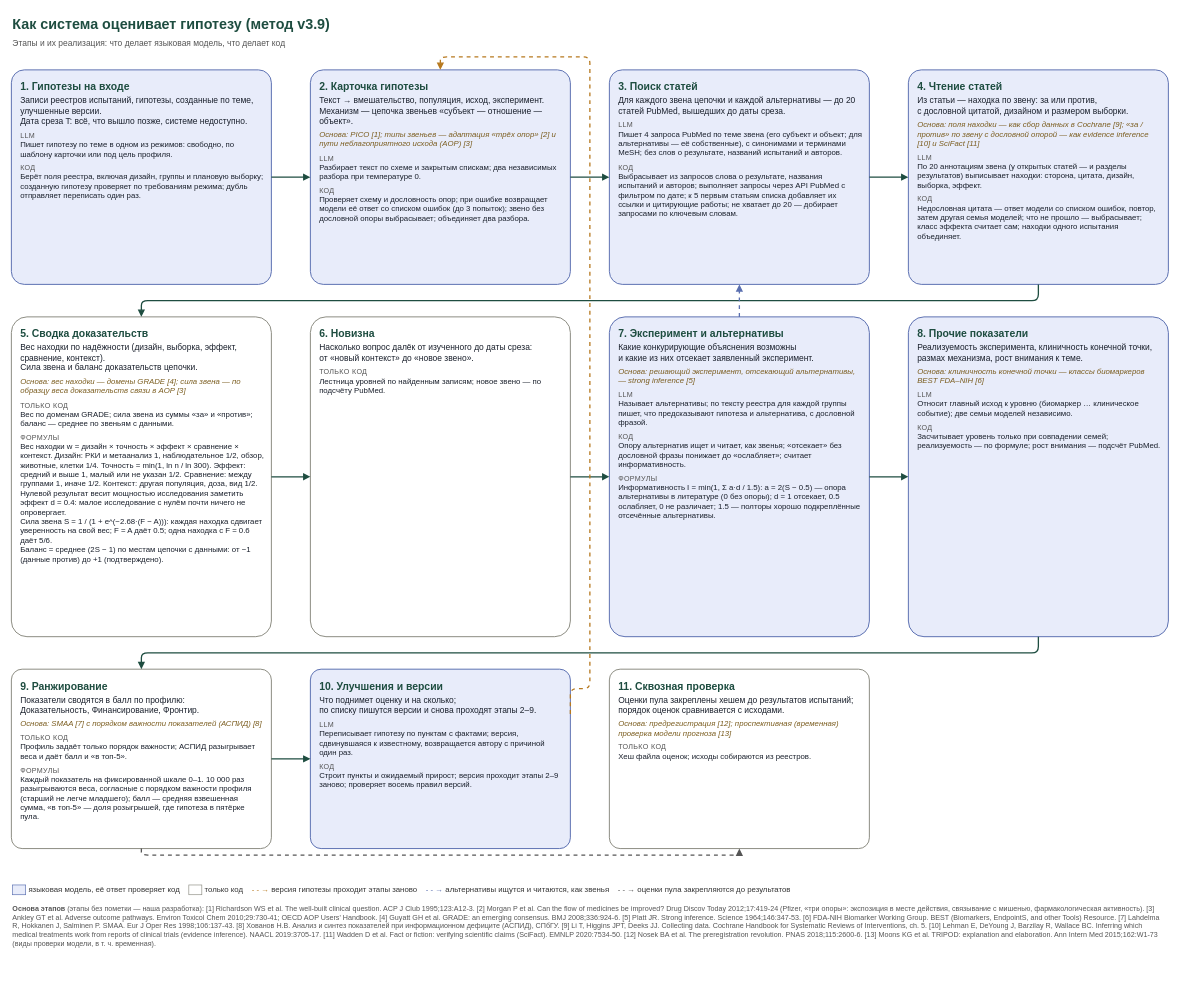
This is docs/system/flow_impl.drawio from danrd/hyp-arena, a draw.io file, before an edit. Source tidied: cells renumbered, new cells numbered last; positions are measured from the earlier drawing's top-left corner, leaving out a move shared by most shapes. Both pictures are drawn from the tidied source at 65%, with x=0, y=0 at pixel (11, 11).
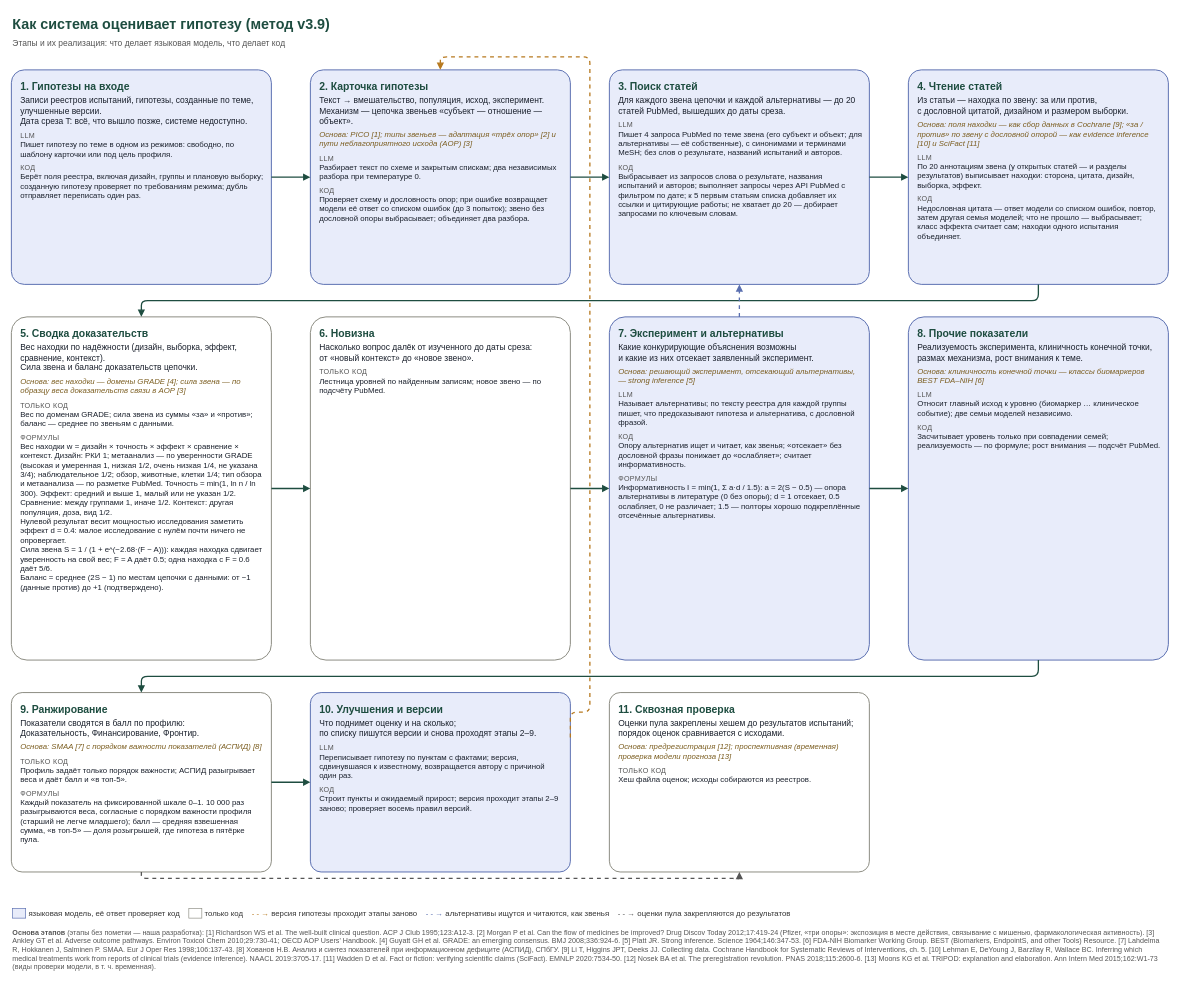
The same diagram, later.

The change refers to these unchanged cells:
```xml
<mxCell id="4" value="&lt;div style='font-size:16px;color:#1E4D40'&gt;&lt;b&gt;2. Карточка гипотезы&lt;/b&gt;&lt;/div&gt;&lt;div style='margin-top:4px'&gt;Текст → вмешательство, популяция, исход, эксперимент.&lt;br/&gt;Механизм — цепочка звеньев «субъект — отношение — объект».&lt;/div&gt;&lt;div style='margin-top:6px;font-size:12px;color:#7A5C1E'&gt;&lt;i&gt;Основа: PICO [1]; типы звеньев — адаптация «трёх опор» [2] и пути неблагоприятного исхода (AOP) [3]&lt;/i&gt;&lt;/div&gt;&lt;div style='margin-top:8px;font-size:11px;color:#555;text-transform:uppercase;letter-spacing:0.5px'&gt;LLM&lt;/div&gt;&lt;div style='font-size:12px'&gt;&lt;div&gt;Разбирает текст по схеме и закрытым спискам; два независимых разбора при температуре 0.&lt;/div&gt;&lt;/div&gt;&lt;div style='margin-top:8px;font-size:11px;color:#555;text-transform:uppercase;letter-spacing:0.5px'&gt;Код&lt;/div&gt;&lt;div style='font-size:12px'&gt;&lt;div&gt;Проверяет схему и дословность опор; при ошибке возвращает модели её ответ со списком ошибок (до 3 попыток); звено без дословной опоры выбрасывает; объединяет два разбора.&lt;/div&gt;&lt;/div&gt;" style="rounded=1;arcSize=6;whiteSpace=wrap;html=1;fillColor=#E8ECFA;strokeColor=#5A6FB0;strokeWidth=1.5;fontSize=13;fontColor=#1A202C;align=left;verticalAlign=top;spacingLeft=12;spacingRight=10;spacingTop=10;" parent="1" vertex="1">
  <mxGeometry x="460" y="90" width="400" height="330" as="geometry" />
</mxCell>
```

Diff of the diagram source:
```diff
@@
-    <mxCell id="7" value="&lt;div style='font-size:16px;color:#1E4D40'&gt;&lt;b&gt;5. Сводка доказательств&lt;/b&gt;&lt;/div&gt;&lt;div style='margin-top:4px'&gt;Вес находки по надёжности (дизайн, выборка, эффект, сравнение, контекст).&lt;br/&gt;Сила звена и баланс доказательств цепочки.&lt;/div&gt;&lt;div style='margin-top:6px;font-size:12px;color:#7A5C1E'&gt;&lt;i&gt;Основа: вес находки — домены GRADE [4]; сила звена — по образцу веса доказательств связи в AOP [3]&lt;/i&gt;&lt;/div&gt;&lt;div style='margin-top:8px;font-size:11px;color:#555;text-transform:uppercase;letter-spacing:0.5px'&gt;Только код&lt;/div&gt;&lt;div style='font-size:12px'&gt;&lt;div&gt;Вес по доменам GRADE; сила звена из суммы «за» и «против»; баланс — среднее по звеньям с данными.&lt;/div&gt;&lt;/div&gt;&lt;div style='margin-top:8px;font-size:11px;color:#555;text-transform:uppercase;letter-spacing:0.5px'&gt;Формулы&lt;/div&gt;&lt;div style='font-size:12px'&gt;&lt;div&gt;Вес находки w = дизайн × точность × эффект × сравнение × контекст. Дизайн: РКИ и метаанализ 1, наблюдательное 1/2, обзор, животные, клетки 1/4. Точность = min(1, ln n / ln 300). Эффект: средний и выше 1, малый или не указан 1/2. Сравнение: между группами 1, иначе 1/2. Контекст: другая популяция, доза, вид 1/2.&lt;/div&gt;&lt;div&gt;Нулевой результат весит мощностью исследования заметить эффект d = 0.4: малое исследование с нулём почти ничего не опровергает.&lt;/div&gt;&lt;div&gt;Сила звена S = 1 / (1 + e^(−2.68·(F − A))): каждая находка сдвигает уверенность на свой вес; F = A даёт 0.5; одна находка с F = 0.6 даёт 5/6.&lt;/div&gt;&lt;div&gt;Баланс = среднее (2S − 1) по местам цепочки с данными: от −1 (данные против) до +1 (подтверждено).&lt;/div&gt;&lt;/div&gt;" style="rounded=1;arcSize=6;whiteSpace=wrap;html=1;fillColor=#FFFFFF;strokeColor=#8A8A80;strokeWidth=1.5;fontSize=13;fontColor=#1A202C;align=left;verticalAlign=top;spacingLeft=12;spacingRight=10;spacingTop=10;" parent="1" vertex="1">
-      <mxGeometry y="470" width="400" height="492" as="geometry" />
+    <mxCell id="7" value="&lt;div style='font-size:16px;color:#1E4D40'&gt;&lt;b&gt;5. Сводка доказательств&lt;/b&gt;&lt;/div&gt;&lt;div style='margin-top:4px'&gt;Вес находки по надёжности (дизайн, выборка, эффект, сравнение, контекст).&lt;br/&gt;Сила звена и баланс доказательств цепочки.&lt;/div&gt;&lt;div style='margin-top:6px;font-size:12px;color:#7A5C1E'&gt;&lt;i&gt;Основа: вес находки — домены GRADE [4]; сила звена — по образцу веса доказательств связи в AOP [3]&lt;/i&gt;&lt;/div&gt;&lt;div style='margin-top:8px;font-size:11px;color:#555;text-transform:uppercase;letter-spacing:0.5px'&gt;Только код&lt;/div&gt;&lt;div style='font-size:12px'&gt;&lt;div&gt;Вес по доменам GRADE; сила звена из суммы «за» и «против»; баланс — среднее по звеньям с данными.&lt;/div&gt;&lt;/div&gt;&lt;div style='margin-top:8px;font-size:11px;color:#555;text-transform:uppercase;letter-spacing:0.5px'&gt;Формулы&lt;/div&gt;&lt;div style='font-size:12px'&gt;&lt;div&gt;Вес находки w = дизайн × точность × эффект × сравнение × контекст. Дизайн: РКИ 1; метаанализ — по уверенности GRADE (высокая и умеренная 1, низкая 1/2, очень низкая 1/4, не указана 3/4); наблюдательное 1/2; обзор, животные, клетки 1/4; тип обзора и метаанализа — по разметке PubMed. Точность = min(1, ln n / ln 300). Эффект: средний и выше 1, малый или не указан 1/2. Сравнение: между группами 1, иначе 1/2. Контекст: другая популяция, доза, вид 1/2.&lt;/div&gt;&lt;div&gt;Нулевой результат весит мощностью исследования заметить эффект d = 0.4: малое исследование с нулём почти ничего не опровергает.&lt;/div&gt;&lt;div&gt;Сила звена S = 1 / (1 + e^(−2.68·(F − A))): каждая находка сдвигает уверенность на свой вес; F = A даёт 0.5; одна находка с F = 0.6 даёт 5/6.&lt;/div&gt;&lt;div&gt;Баланс = среднее (2S − 1) по местам цепочки с данными: от −1 (данные против) до +1 (подтверждено).&lt;/div&gt;&lt;/div&gt;" style="rounded=1;arcSize=6;whiteSpace=wrap;html=1;fillColor=#FFFFFF;strokeColor=#8A8A80;strokeWidth=1.5;fontSize=13;fontColor=#1A202C;align=left;verticalAlign=top;spacingLeft=12;spacingRight=10;spacingTop=10;" parent="1" vertex="1">
+      <mxGeometry y="470" width="400" height="528" as="geometry" />
     </mxCell>
     <mxCell id="8" value="&lt;div style='font-size:16px;color:#1E4D40'&gt;&lt;b&gt;6. Новизна&lt;/b&gt;&lt;/div&gt;&lt;div style='margin-top:4px'&gt;Насколько вопрос далёк от изученного до даты среза:&lt;br/&gt;от «новый контекст» до «новое звено».&lt;/div&gt;&lt;div style='margin-top:8px;font-size:11px;color:#555;text-transform:uppercase;letter-spacing:0.5px'&gt;Только код&lt;/div&gt;&lt;div style='font-size:12px'&gt;&lt;div&gt;Лестница уровней по найденным записям; новое звено — по подсчёту PubMed.&lt;/div&gt;&lt;/div&gt;" style="rounded=1;arcSize=6;whiteSpace=wrap;html=1;fillColor=#FFFFFF;strokeColor=#8A8A80;strokeWidth=1.5;fontSize=13;fontColor=#1A202C;align=left;verticalAlign=top;spacingLeft=12;spacingRight=10;spacingTop=10;" parent="1" vertex="1">
-      <mxGeometry x="460" y="470" width="400" height="492" as="geometry" />
+      <mxGeometry x="460" y="470" width="400" height="528" as="geometry" />
     </mxCell>
     <mxCell id="9" value="&lt;div style='font-size:16px;color:#1E4D40'&gt;&lt;b&gt;7. Эксперимент и альтернативы&lt;/b&gt;&lt;/div&gt;&lt;div style='margin-top:4px'&gt;Какие конкурирующие объяснения возможны&lt;br/&gt;и какие из них отсекает заявленный эксперимент.&lt;/div&gt;&lt;div style='margin-top:6px;font-size:12px;color:#7A5C1E'&gt;&lt;i&gt;Основа: решающий эксперимент, отсекающий альтернативы, — strong inference [5]&lt;/i&gt;&lt;/div&gt;&lt;div style='margin-top:8px;font-size:11px;color:#555;text-transform:uppercase;letter-spacing:0.5px'&gt;LLM&lt;/div&gt;&lt;div style='font-size:12px'&gt;&lt;div&gt;Называет альтернативы; по тексту реестра для каждой группы пишет, что предсказывают гипотеза и альтернатива, с дословной фразой.&lt;/div&gt;&lt;/div&gt;&lt;div style='margin-top:8px;font-size:11px;color:#555;text-transform:uppercase;letter-spacing:0.5px'&gt;Код&lt;/div&gt;&lt;div style='font-size:12px'&gt;&lt;div&gt;Опору альтернатив ищет и читает, как звенья; «отсекает» без дословной фразы понижает до «ослабляет»; считает информативность.&lt;/div&gt;&lt;/div&gt;&lt;div style='margin-top:8px;font-size:11px;color:#555;text-transform:uppercase;letter-spacing:0.5px'&gt;Формулы&lt;/div&gt;&lt;div style='font-size:12px'&gt;&lt;div&gt;Информативность I = min(1, Σ a·d / 1.5): a = 2(S − 0.5) — опора альтернативы в литературе (0 без опоры); d = 1 отсекает, 0.5 ослабляет, 0 не различает; 1.5 — полторы хорошо подкреплённые отсечённые альтернативы.&lt;/div&gt;&lt;/div&gt;" style="rounded=1;arcSize=6;whiteSpace=wrap;html=1;fillColor=#E8ECFA;strokeColor=#5A6FB0;strokeWidth=1.5;fontSize=13;fontColor=#1A202C;align=left;verticalAlign=top;spacingLeft=12;spacingRight=10;spacingTop=10;" parent="1" vertex="1">
-      <mxGeometry x="920" y="470" width="400" height="492" as="geometry" />
+      <mxGeometry x="920" y="470" width="400" height="528" as="geometry" />
     </mxCell>
     <mxCell id="10" value="&lt;div style='font-size:16px;color:#1E4D40'&gt;&lt;b&gt;8. Прочие показатели&lt;/b&gt;&lt;/div&gt;&lt;div style='margin-top:4px'&gt;Реализуемость эксперимента, клиничность конечной точки,&lt;br/&gt;размах механизма, рост внимания к теме.&lt;/div&gt;&lt;div style='margin-top:6px;font-size:12px;color:#7A5C1E'&gt;&lt;i&gt;Основа: клиничность конечной точки — классы биомаркеров BEST FDA–NIH [6]&lt;/i&gt;&lt;/div&gt;&lt;div style='margin-top:8px;font-size:11px;color:#555;text-transform:uppercase;letter-spacing:0.5px'&gt;LLM&lt;/div&gt;&lt;div style='font-size:12px'&gt;&lt;div&gt;Относит главный исход к уровню (биомаркер … клиническое событие); две семьи моделей независимо.&lt;/div&gt;&lt;/div&gt;&lt;div style='margin-top:8px;font-size:11px;color:#555;text-transform:uppercase;letter-spacing:0.5px'&gt;Код&lt;/div&gt;&lt;div style='font-size:12px'&gt;&lt;div&gt;Засчитывает уровень только при совпадении семей; реализуемость — по формуле; рост внимания — подсчёт PubMed.&lt;/div&gt;&lt;/div&gt;" style="rounded=1;arcSize=6;whiteSpace=wrap;html=1;fillColor=#E8ECFA;strokeColor=#5A6FB0;strokeWidth=1.5;fontSize=13;fontColor=#1A202C;align=left;verticalAlign=top;spacingLeft=12;spacingRight=10;spacingTop=10;" parent="1" vertex="1">
-      <mxGeometry x="1380" y="470" width="400" height="492" as="geometry" />
+      <mxGeometry x="1380" y="470" width="400" height="528" as="geometry" />
     </mxCell>
     <mxCell id="11" value="&lt;div style='font-size:16px;color:#1E4D40'&gt;&lt;b&gt;9. Ранжирование&lt;/b&gt;&lt;/div&gt;&lt;div style='margin-top:4px'&gt;Показатели сводятся в балл по профилю:&lt;br/&gt;Доказательность, Финансирование, Фронтир.&lt;/div&gt;&lt;div style='margin-top:6px;font-size:12px;color:#7A5C1E'&gt;&lt;i&gt;Основа: SMAA [7] с порядком важности показателей (АСПИД) [8]&lt;/i&gt;&lt;/div&gt;&lt;div style='margin-top:8px;font-size:11px;color:#555;text-transform:uppercase;letter-spacing:0.5px'&gt;Только код&lt;/div&gt;&lt;div style='font-size:12px'&gt;&lt;div&gt;Профиль задаёт только порядок важности; АСПИД разыгрывает веса и даёт балл и «в топ-5».&lt;/div&gt;&lt;/div&gt;&lt;div style='margin-top:8px;font-size:11px;color:#555;text-transform:uppercase;letter-spacing:0.5px'&gt;Формулы&lt;/div&gt;&lt;div style='font-size:12px'&gt;&lt;div&gt;Каждый показатель на фиксированной шкале 0–1. 10 000 раз разыгрываются веса, согласные с порядком важности профиля (старший не легче младшего); балл — средняя взвешенная сумма, «в топ-5» — доля розыгрышей, где гипотеза в пятёрке пула.&lt;/div&gt;&lt;/div&gt;" style="rounded=1;arcSize=6;whiteSpace=wrap;html=1;fillColor=#FFFFFF;strokeColor=#8A8A80;strokeWidth=1.5;fontSize=13;fontColor=#1A202C;align=left;verticalAlign=top;spacingLeft=12;spacingRight=10;spacingTop=10;" parent="1" vertex="1">
-      <mxGeometry y="1012" width="400" height="276" as="geometry" />
+      <mxGeometry y="1048" width="400" height="276" as="geometry" />
     </mxCell>
     <mxCell id="12" value="&lt;div style='font-size:16px;color:#1E4D40'&gt;&lt;b&gt;10. Улучшения и версии&lt;/b&gt;&lt;/div&gt;&lt;div style='margin-top:4px'&gt;Что поднимет оценку и на сколько;&lt;br/&gt;по списку пишутся версии и снова проходят этапы 2–9.&lt;/div&gt;&lt;div style='margin-top:8px;font-size:11px;color:#555;text-transform:uppercase;letter-spacing:0.5px'&gt;LLM&lt;/div&gt;&lt;div style='font-size:12px'&gt;&lt;div&gt;Переписывает гипотезу по пунктам с фактами; версия, сдвинувшаяся к известному, возвращается автору с причиной один раз.&lt;/div&gt;&lt;/div&gt;&lt;div style='margin-top:8px;font-size:11px;color:#555;text-transform:uppercase;letter-spacing:0.5px'&gt;Код&lt;/div&gt;&lt;div style='font-size:12px'&gt;&lt;div&gt;Строит пункты и ожидаемый прирост; версия проходит этапы 2–9 заново; проверяет восемь правил версий.&lt;/div&gt;&lt;/div&gt;" style="rounded=1;arcSize=6;whiteSpace=wrap;html=1;fillColor=#E8ECFA;strokeColor=#5A6FB0;strokeWidth=1.5;fontSize=13;fontColor=#1A202C;align=left;verticalAlign=top;spacingLeft=12;spacingRight=10;spacingTop=10;" parent="1" vertex="1">
-      <mxGeometry x="460" y="1012" width="400" height="276" as="geometry" />
+      <mxGeometry x="460" y="1048" width="400" height="276" as="geometry" />
     </mxCell>
     <mxCell id="13" value="&lt;div style='font-size:16px;color:#1E4D40'&gt;&lt;b&gt;11. Сквозная проверка&lt;/b&gt;&lt;/div&gt;&lt;div style='margin-top:4px'&gt;Оценки пула закреплены хешем до результатов испытаний;&lt;br/&gt;порядок оценок сравнивается с исходами.&lt;/div&gt;&lt;div style='margin-top:6px;font-size:12px;color:#7A5C1E'&gt;&lt;i&gt;Основа: предрегистрация [12]; проспективная (временная) проверка модели прогноза [13]&lt;/i&gt;&lt;/div&gt;&lt;div style='margin-top:8px;font-size:11px;color:#555;text-transform:uppercase;letter-spacing:0.5px'&gt;Только код&lt;/div&gt;&lt;div style='font-size:12px'&gt;&lt;div&gt;Хеш файла оценок; исходы собираются из реестров.&lt;/div&gt;&lt;/div&gt;" style="rounded=1;arcSize=6;whiteSpace=wrap;html=1;fillColor=#FFFFFF;strokeColor=#8A8A80;strokeWidth=1.5;fontSize=13;fontColor=#1A202C;align=left;verticalAlign=top;spacingLeft=12;spacingRight=10;spacingTop=10;" parent="1" vertex="1">
-      <mxGeometry x="920" y="1012" width="400" height="276" as="geometry" />
+      <mxGeometry x="920" y="1048" width="400" height="276" as="geometry" />
     </mxCell>
@@
     <mxCell id="23" style="edgeStyle=orthogonalEdgeStyle;rounded=1;html=1;endArrow=block;endFill=1;strokeColor=#1E4D40;strokeWidth=2;dashed=1;exitX=1;exitY=0.25;entryX=0.5;entryY=0;strokeColor=#B7791F;" parent="1" edge="1" source="12" target="4">
       <mxGeometry relative="1" as="geometry">
         <Array as="points">
-          <mxPoint x="890" y="1042" />
+          <mxPoint x="890" y="1078" />
           <mxPoint x="890" y="70" />
           <mxPoint x="660" y="70" />
         </Array>
       </mxGeometry>
     </mxCell>
@@
     <mxCell id="26" value="&lt;span style='background:#E8ECFA;border:1px solid #5A6FB0;padding:0 8px'&gt;&amp;nbsp;&lt;/span&gt; языковая модель, её ответ проверяет код &amp;nbsp;&amp;nbsp; &lt;span style='border:1px solid #8A8A80;padding:0 8px'&gt;&amp;nbsp;&lt;/span&gt; только код &amp;nbsp;&amp;nbsp; &lt;span style='color:#B7791F'&gt;- - →&lt;/span&gt; версия гипотезы проходит этапы заново &amp;nbsp;&amp;nbsp; &lt;span style='color:#5A6FB0'&gt;- - →&lt;/span&gt; альтернативы ищутся и читаются, как звенья &amp;nbsp;&amp;nbsp; &lt;span style='color:#555'&gt;- - →&lt;/span&gt; оценки пула закрепляются до результатов" style="text;html=1;fontSize=12;align=left;fontColor=#333;fillColor=none;strokeColor=none;" parent="1" vertex="1">
-      <mxGeometry y="1338" width="1780" height="26" as="geometry" />
+      <mxGeometry y="1374" width="1780" height="26" as="geometry" />
     </mxCell>
     <mxCell id="27" value="&lt;b&gt;Основа этапов&lt;/b&gt; (этапы без пометки — наша разработка): [1] Richardson WS et al. The well-built clinical question. ACP J Club 1995;123:A12-3. [2] Morgan P et al. Can the flow of medicines be improved? Drug Discov Today 2012;17:419-24 (Pfizer, «три опоры»: экспозиция в месте действия, связывание с мишенью, фармакологическая активность). [3] Ankley GT et al. Adverse outcome pathways. Environ Toxicol Chem 2010;29:730-41; OECD AOP Users' Handbook. [4] Guyatt GH et al. GRADE: an emerging consensus. BMJ 2008;336:924-6. [5] Platt JR. Strong inference. Science 1964;146:347-53. [6] FDA-NIH Biomarker Working Group. BEST (Biomarkers, EndpointS, and other Tools) Resource. [7] Lahdelma R, Hokkanen J, Salminen P. SMAA. Eur J Oper Res 1998;106:137-43. [8] Хованов Н.В. Анализ и синтез показателей при информационном дефиците (АСПИД), СПбГУ. [9] Li T, Higgins JPT, Deeks JJ. Collecting data. Cochrane Handbook for Systematic Reviews of Interventions, ch. 5. [10] Lehman E, DeYoung J, Barzilay R, Wallace BC. Inferring which medical treatments work from reports of clinical trials (evidence inference). NAACL 2019:3705-17. [11] Wadden D et al. Fact or fiction: verifying scientific claims (SciFact). EMNLP 2020:7534-50. [12] Nosek BA et al. The preregistration revolution. PNAS 2018;115:2600-6. [13] Moons KG et al. TRIPOD: explanation and elaboration. Ann Intern Med 2015;162:W1-73 (виды проверки модели, в т. ч. временная)." style="text;html=1;whiteSpace=wrap;fontSize=11;align=left;verticalAlign=top;fontColor=#555;fillColor=none;strokeColor=none;" parent="1" vertex="1">
-      <mxGeometry y="1368" width="1780" height="100" as="geometry" />
+      <mxGeometry y="1404" width="1780" height="100" as="geometry" />
     </mxCell>
```
